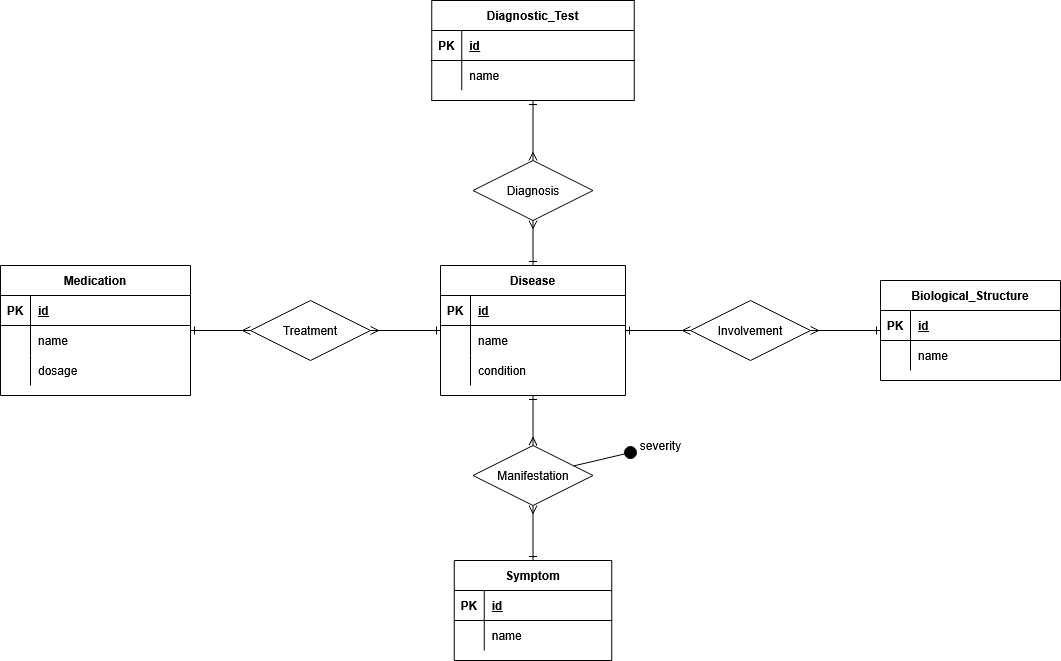
Before: images/er_schema.png, a diagram exported from draw.io (vitomarcorubino/MedicalTextNLP). Source tidied: cells renumbered, new cells last; positions are measured from the earlier drawing's top-left corner, leaving out a move shared by most shapes.
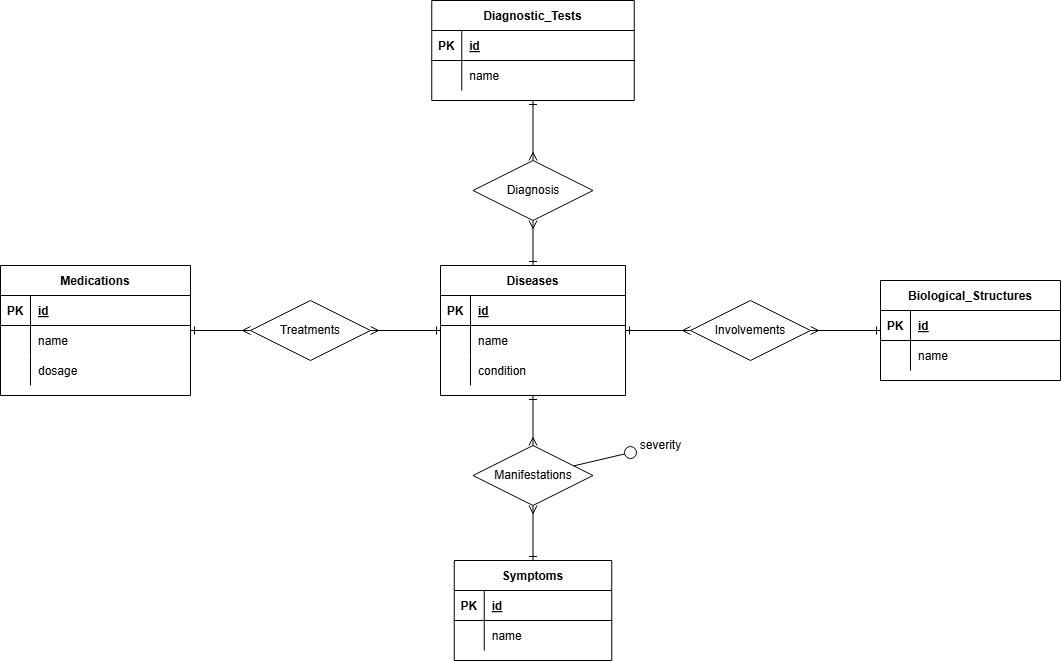
Later version of the same file.

What changed in the source:
```diff
@@ -5,7 +5,7 @@
     <mxCell id="2" style="endArrow=ERmany;startArrow=ERone;endFill=0;startFill=0;rounded=0;" parent="1" edge="1" source="35" target="54">
       <mxGeometry relative="1" as="geometry" />
     </mxCell>
-    <mxCell id="3" value="Diagnostic_Test" style="shape=table;startSize=30;rowLines=0;fontStyle=1;align=center;" parent="1" vertex="1">
+    <mxCell id="3" value="Diagnostic_Tests" style="shape=table;startSize=30;rowLines=0;fontStyle=1;align=center;" parent="1" vertex="1">
       <mxGeometry x="431.2" width="202.5" height="100" as="geometry" />
     </mxCell>
     <mxCell id="4" style="shape=partialRectangle;fillColor=none;top=0;left=0;right=0;bottom=1;" parent="3" vertex="1">
@@ -26,7 +26,7 @@
     <mxCell id="9" value="name" style="shape=partialRectangle;overflow=hidden;fillColor=none;top=0;left=0;bottom=0;right=0;align=left;spacingLeft=6;" parent="7" vertex="1">
       <mxGeometry x="30" width="172.5" height="30" as="geometry" />
     </mxCell>
-    <mxCell id="10" value="Medication" style="shape=table;startSize=30;rowLines=0;fontStyle=1;align=center;" parent="1" vertex="1">
+    <mxCell id="10" value="Medications" style="shape=table;startSize=30;rowLines=0;fontStyle=1;align=center;" parent="1" vertex="1">
       <mxGeometry y="265" width="190" height="130" as="geometry" />
     </mxCell>
     <mxCell id="11" style="shape=partialRectangle;fillColor=none;top=0;left=0;right=0;bottom=1;" parent="10" vertex="1">
@@ -56,7 +56,7 @@
     <mxCell id="19" value="dosage" style="shape=partialRectangle;overflow=hidden;fillColor=none;top=0;left=0;bottom=0;right=0;align=left;spacingLeft=6;" parent="17" vertex="1">
       <mxGeometry x="30" width="160" height="30" as="geometry" />
     </mxCell>
-    <mxCell id="20" value="Biological_Structure" style="shape=table;startSize=30;rowLines=0;fontStyle=1;align=center;" parent="1" vertex="1">
+    <mxCell id="20" value="Biological_Structures" style="shape=table;startSize=30;rowLines=0;fontStyle=1;align=center;" parent="1" vertex="1">
       <mxGeometry x="880" y="280" width="180" height="100" as="geometry" />
     </mxCell>
     <mxCell id="21" style="shape=partialRectangle;fillColor=none;top=0;left=0;right=0;bottom=1;" parent="20" vertex="1">
@@ -77,7 +77,7 @@
     <mxCell id="26" value="name" style="shape=partialRectangle;overflow=hidden;fillColor=none;top=0;left=0;bottom=0;right=0;align=left;spacingLeft=6;" parent="24" vertex="1">
       <mxGeometry x="30" width="150" height="30" as="geometry" />
     </mxCell>
-    <mxCell id="27" value="Symptom" style="shape=table;startSize=30;rowLines=0;fontStyle=1;align=center;" parent="1" vertex="1">
+    <mxCell id="27" value="Symptoms" style="shape=table;startSize=30;rowLines=0;fontStyle=1;align=center;" parent="1" vertex="1">
       <mxGeometry x="453.8" y="560" width="157.5" height="100" as="geometry" />
     </mxCell>
     <mxCell id="28" style="shape=partialRectangle;fillColor=none;top=0;left=0;right=0;bottom=1;" parent="27" vertex="1">
@@ -98,10 +98,10 @@
     <mxCell id="33" value="name" style="shape=partialRectangle;overflow=hidden;fillColor=none;top=0;left=0;bottom=0;right=0;align=left;spacingLeft=6;" parent="31" vertex="1">
       <mxGeometry x="30" width="127.5" height="30" as="geometry" />
     </mxCell>
-    <mxCell id="34" value="Treatment" style="shape=rhombus;perimeter=rhombusPerimeter;whiteSpace=wrap;html=1;align=center;" parent="1" vertex="1">
+    <mxCell id="34" value="Treatments" style="shape=rhombus;perimeter=rhombusPerimeter;whiteSpace=wrap;html=1;align=center;" parent="1" vertex="1">
       <mxGeometry x="250" y="300" width="120" height="60" as="geometry" />
     </mxCell>
-    <mxCell id="35" value="Disease" style="shape=table;startSize=30;rowLines=0;fontStyle=1;align=center;" parent="1" vertex="1">
+    <mxCell id="35" value="Diseases" style="shape=table;startSize=30;rowLines=0;fontStyle=1;align=center;" parent="1" vertex="1">
       <mxGeometry x="440" y="265" width="185" height="130" as="geometry" />
     </mxCell>
     <mxCell id="36" style="shape=partialRectangle;fillColor=none;top=0;left=0;right=0;bottom=1;" parent="35" vertex="1">
@@ -146,7 +146,7 @@
     <mxCell id="49" style="endArrow=ERmany;startArrow=ERone;endFill=0;startFill=0;rounded=0;" parent="1" edge="1" source="10" target="34">
       <mxGeometry relative="1" as="geometry" />
     </mxCell>
-    <mxCell id="50" value="Involvement" style="shape=rhombus;perimeter=rhombusPerimeter;whiteSpace=wrap;html=1;align=center;" parent="1" vertex="1">
+    <mxCell id="50" value="Involvements" style="shape=rhombus;perimeter=rhombusPerimeter;whiteSpace=wrap;html=1;align=center;" parent="1" vertex="1">
       <mxGeometry x="690" y="300" width="120" height="60" as="geometry" />
     </mxCell>
     <mxCell id="51" style="endArrow=ERmany;startArrow=ERone;endFill=0;startFill=0;rounded=0;" parent="1" edge="1" source="35" target="50">
@@ -158,13 +158,13 @@
     <mxCell id="53" style="endArrow=ERmany;startArrow=ERone;endFill=0;startFill=0;rounded=0;" parent="1" edge="1" source="35" target="52">
       <mxGeometry relative="1" as="geometry" />
     </mxCell>
-    <mxCell id="54" value="Manifestation" style="shape=rhombus;perimeter=rhombusPerimeter;whiteSpace=wrap;html=1;align=center;" parent="1" vertex="1">
+    <mxCell id="54" value="Manifestations" style="shape=rhombus;perimeter=rhombusPerimeter;whiteSpace=wrap;html=1;align=center;" parent="1" vertex="1">
       <mxGeometry x="472.5" y="445" width="120" height="60" as="geometry" />
     </mxCell>
     <mxCell id="55" style="group;" parent="1" vertex="1">
       <mxGeometry x="420" y="415" width="70" height="30" as="geometry" />
     </mxCell>
-    <mxCell id="56" style="endArrow=oval;endFill=1;endSize=12;html=1;rounded=0;strokeWidth=1;" parent="1" edge="1" source="54" target="57">
+    <mxCell id="56" style="endArrow=oval;endFill=0;endSize=12;html=1;rounded=0;strokeWidth=1;" parent="1" edge="1" source="54" target="57">
       <mxGeometry relative="1" as="geometry" />
     </mxCell>
     <mxCell id="57" value="severity" style="text;html=1;align=center;verticalAlign=middle;points=[];strokeColor=none;fillColor=none;" parent="1" vertex="1">
```
